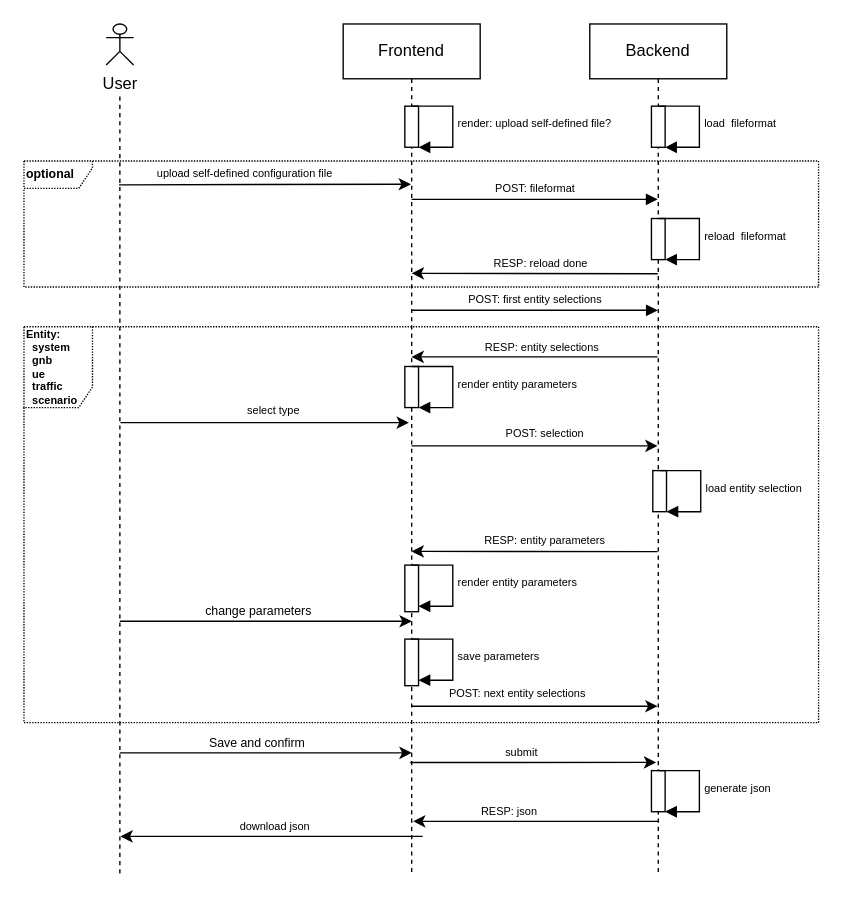
Before: SCT-Autoconfig.drawio in fengchutadie/diagram, a draw.io diagram. Source tidied: cells renumbered, new cells numbered last; positions are measured from the earlier drawing's top-left corner, leaving out a move shared by most shapes. Both pictures are drawn from the tidied source at 137%, with x=0, y=0 at pixel (23, 23).
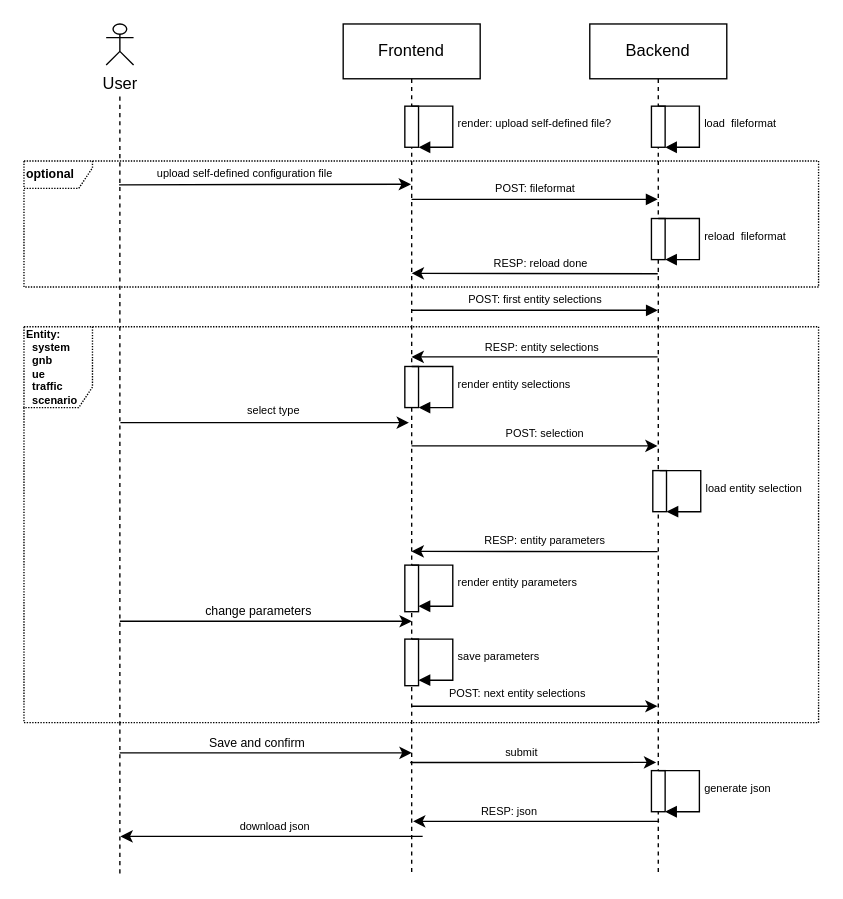
The same diagram, later.

Unchanged cells that the change refers to:
```xml
<mxCell id="8" value="Frontend" style="shape=umlLifeline;perimeter=lifelinePerimeter;whiteSpace=wrap;html=1;newEdgeStyle={&quot;edgeStyle&quot;:&quot;elbowEdgeStyle&quot;,&quot;elbow&quot;:&quot;vertical&quot;,&quot;curved&quot;:0,&quot;rounded&quot;:0};" parent="1" vertex="1">
  <mxGeometry x="233" width="100" height="620" as="geometry" />
</mxCell>
```

The edit, as a diff of the source:
```diff
@@
-    <mxCell id="12" value="render entity parameters" style="html=1;align=left;spacingLeft=2;endArrow=block;rounded=0;edgeStyle=orthogonalEdgeStyle;curved=0;rounded=0;fontSize=8;" parent="8" edge="1">
+    <mxCell id="12" value="render entity selections" style="html=1;align=left;spacingLeft=2;endArrow=block;rounded=0;edgeStyle=orthogonalEdgeStyle;curved=0;rounded=0;fontSize=8;" parent="8" edge="1">
       <mxGeometry relative="1" as="geometry">
         <mxPoint x="50" y="250" as="sourcePoint" />
         <mxPoint x="55" y="280" as="targetPoint" />
         <Array as="points">
           <mxPoint x="80" y="280" />
         </Array>
       </mxGeometry>
     </mxCell>
```
